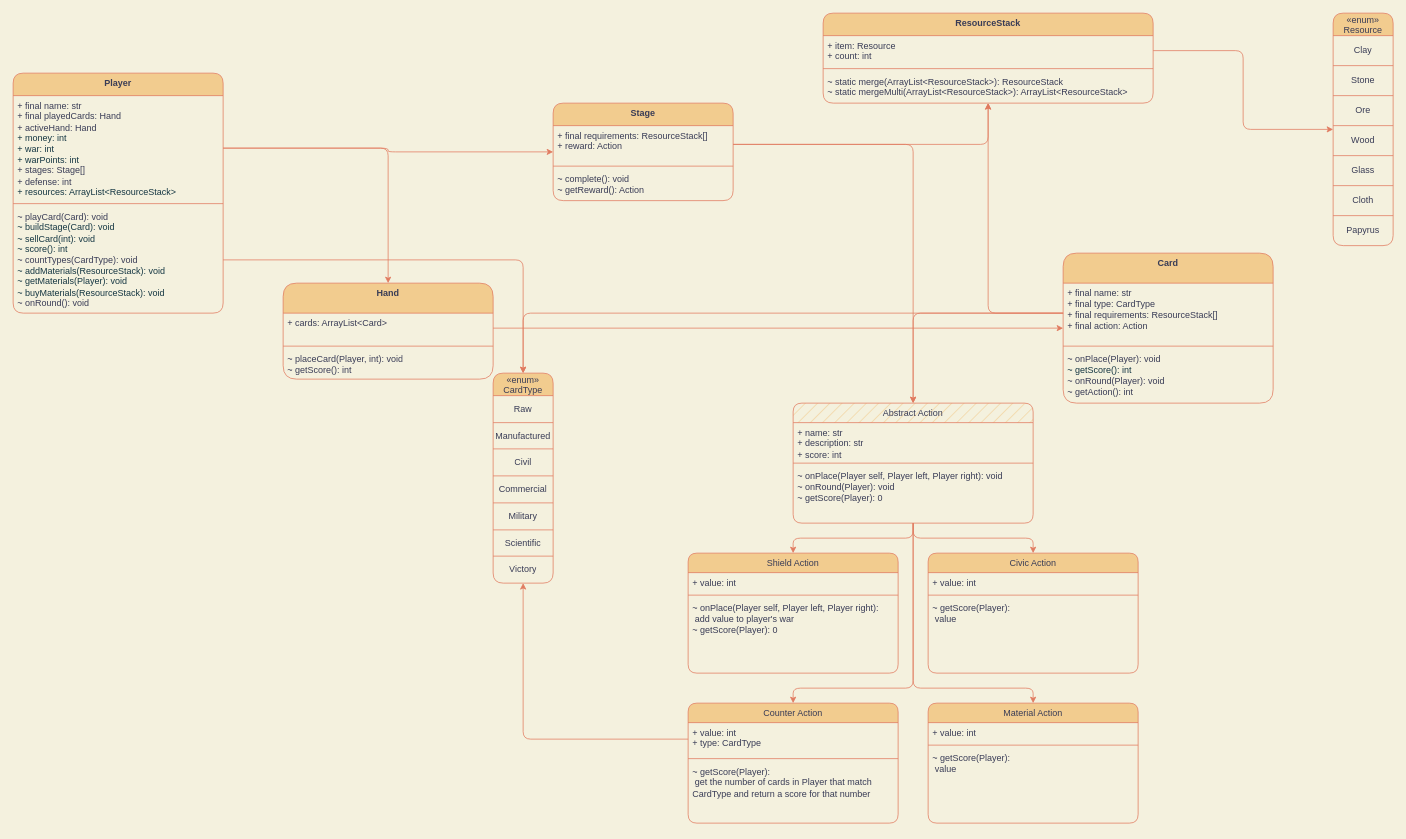
The draw.io diagram Untitled Diagram.drawio in zeptofine/diagrams, before the edit. Source tidied: cells renumbered, new cells numbered last; positions are measured from the earlier drawing's top-left corner, leaving out a move shared by most shapes. Both pictures are drawn from the tidied source at 75%, with x=0, y=0 at pixel (13, 13).
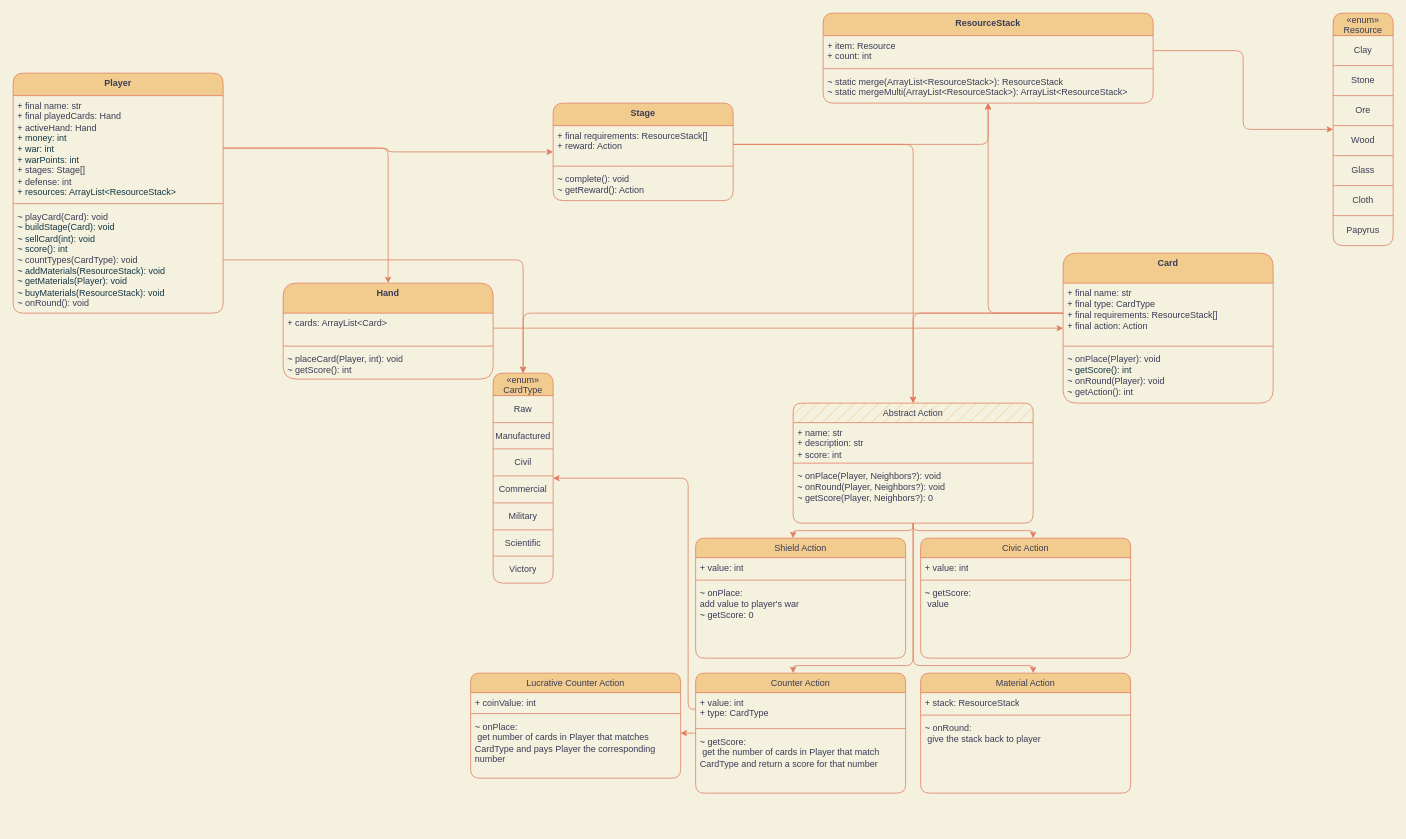
Above is the later version.

Commit message:
Add Lucrative Counter

The change refers to these unchanged cells:
```xml
<mxCell id="22" value="«enum»&#10;CardType" style="shape=table;startSize=30;childLayout=tableLayout;labelBackgroundColor=none;fillColor=#F2CC8F;strokeColor=#E07A5F;fontColor=#393C56;rounded=1;" parent="1" vertex="1">
  <mxGeometry x="640" y="480" width="80" height="280" as="geometry" />
</mxCell>
<mxCell id="58" value="&lt;span style=&quot;font-weight: normal;&quot;&gt;Abstract Action&lt;/span&gt;" style="swimlane;fontStyle=1;align=center;verticalAlign=top;horizontal=1;startSize=26;whiteSpace=wrap;html=1;labelBackgroundColor=none;fillColor=#F2CC8F;strokeColor=#E07A5F;fontColor=#393C56;rounded=1;fillStyle=hatch;" parent="1" vertex="1">
  <mxGeometry x="1040" y="520" width="320" height="160" as="geometry" />
</mxCell>
<mxCell id="79" value="+ value: int&lt;br&gt;+ type: CardType" style="text;strokeColor=none;fillColor=none;align=left;verticalAlign=top;spacingLeft=4;spacingRight=4;overflow=hidden;points=[[0,0.5],[1,0.5]];portConstraint=eastwest;whiteSpace=wrap;html=1;labelBackgroundColor=none;fontColor=#393C56;rounded=1;" parent="78" vertex="1">
  <mxGeometry y="26" width="280" height="44" as="geometry" />
</mxCell>
```

The edit, as a diff of the source:
```diff
@@
     <mxCell id="54" style="edgeStyle=orthogonalEdgeStyle;rounded=1;jettySize=auto;html=1;strokeColor=#E07A5F;fontColor=#393C56;fillColor=#F2CC8F;" parent="1" edge="1" source="58" target="62">
-      <mxGeometry relative="1" as="geometry" />
+      <mxGeometry relative="1" as="geometry">
+        <Array as="points">
+          <mxPoint x="1200" y="690" />
+          <mxPoint x="1040" y="690" />
+        </Array>
+      </mxGeometry>
     </mxCell>
     <mxCell id="55" style="edgeStyle=orthogonalEdgeStyle;rounded=1;jettySize=auto;html=1;strokeColor=#E07A5F;fontColor=#393C56;fillColor=#F2CC8F;" parent="1" edge="1" source="58" target="74">
-      <mxGeometry relative="1" as="geometry" />
+      <mxGeometry relative="1" as="geometry">
+        <Array as="points">
+          <mxPoint x="1200" y="690" />
+          <mxPoint x="1360" y="690" />
+        </Array>
+      </mxGeometry>
     </mxCell>
     <mxCell id="56" style="edgeStyle=orthogonalEdgeStyle;rounded=1;jettySize=auto;html=1;strokeColor=#E07A5F;fontColor=#393C56;fillColor=#F2CC8F;" parent="1" edge="1" source="58" target="78">
       <mxGeometry relative="1" as="geometry">
         <Array as="points">
-          <mxPoint x="1200" y="900" />
+          <mxPoint x="1200" y="870" />
+          <mxPoint x="1040" y="870" />
         </Array>
       </mxGeometry>
     </mxCell>
     <mxCell id="57" style="edgeStyle=orthogonalEdgeStyle;rounded=1;jettySize=auto;html=1;strokeColor=#E07A5F;fontColor=#393C56;fillColor=#F2CC8F;" parent="1" edge="1" source="58" target="83">
       <mxGeometry relative="1" as="geometry">
         <Array as="points">
-          <mxPoint x="1200" y="900" />
-          <mxPoint x="1360" y="900" />
+          <mxPoint x="1200" y="870" />
+          <mxPoint x="1360" y="870" />
         </Array>
       </mxGeometry>
     </mxCell>
@@
-    <mxCell id="61" value="~ onPlace(Player self, Player left, Player right): void&lt;br&gt;~ onRound(Player): void&lt;br&gt;~ getScore(Player): 0" style="text;strokeColor=none;fillColor=none;align=left;verticalAlign=top;spacingLeft=4;spacingRight=4;overflow=hidden;whiteSpace=wrap;html=1;labelBackgroundColor=none;fontColor=#393C56;rounded=1;" parent="58" vertex="1">
+    <mxCell id="61" value="~ onPlace(Player, Neighbors?): void&lt;br&gt;~ onRound(Player, Neighbors?): void&lt;br&gt;~ getScore(Player, Neighbors?): 0" style="text;strokeColor=none;fillColor=none;align=left;verticalAlign=top;spacingLeft=4;spacingRight=4;overflow=hidden;whiteSpace=wrap;html=1;labelBackgroundColor=none;fontColor=#393C56;rounded=1;" parent="58" vertex="1">
       <mxGeometry y="84" width="320" height="76" as="geometry" />
     </mxCell>
     <mxCell id="62" value="&lt;span style=&quot;font-weight: normal;&quot;&gt;Shield Action&lt;/span&gt;" style="swimlane;fontStyle=1;align=center;verticalAlign=top;horizontal=1;startSize=26;whiteSpace=wrap;html=1;labelBackgroundColor=none;fillColor=#F2CC8F;strokeColor=#E07A5F;fontColor=#393C56;rounded=1;fillStyle=auto;" parent="1" vertex="1">
-      <mxGeometry x="900" y="720" width="280" height="160" as="geometry" />
+      <mxGeometry x="910" y="700" width="280" height="160" as="geometry" />
     </mxCell>
@@
-    <mxCell id="65" value="~ onPlace(Player self, Player left, Player right): &lt;br&gt;&lt;span style=&quot;white-space: pre;&quot;&gt; &lt;/span&gt;add value to player's war&lt;br&gt;~ getScore(Player): 0" style="text;strokeColor=none;fillColor=none;align=left;verticalAlign=top;spacingLeft=4;spacingRight=4;overflow=hidden;whiteSpace=wrap;html=1;labelBackgroundColor=none;fontColor=#393C56;rounded=1;" parent="62" vertex="1">
+    <mxCell id="65" value="~ onPlace: &lt;br&gt;&lt;span style=&quot;&quot;&gt; &lt;/span&gt;add value to player's war&lt;br&gt;~ getScore: 0" style="text;strokeColor=none;fillColor=none;align=left;verticalAlign=top;spacingLeft=4;spacingRight=4;overflow=hidden;whiteSpace=wrap;html=1;labelBackgroundColor=none;fontColor=#393C56;rounded=1;" parent="62" vertex="1">
       <mxGeometry y="60" width="280" height="100" as="geometry" />
     </mxCell>
@@
     <mxCell id="74" value="&lt;span style=&quot;font-weight: normal;&quot;&gt;Civic Action&lt;/span&gt;" style="swimlane;fontStyle=1;align=center;verticalAlign=top;horizontal=1;startSize=26;whiteSpace=wrap;html=1;labelBackgroundColor=none;fillColor=#F2CC8F;strokeColor=#E07A5F;fontColor=#393C56;rounded=1;fillStyle=auto;" parent="1" vertex="1">
-      <mxGeometry x="1220" y="720" width="280" height="160" as="geometry" />
+      <mxGeometry x="1210" y="700" width="280" height="160" as="geometry" />
     </mxCell>
@@
-    <mxCell id="77" value="~ getScore(Player): &lt;br&gt;&lt;span style=&quot;white-space: pre;&quot;&gt; &lt;/span&gt;value" style="text;strokeColor=none;fillColor=none;align=left;verticalAlign=top;spacingLeft=4;spacingRight=4;overflow=hidden;whiteSpace=wrap;html=1;labelBackgroundColor=none;fontColor=#393C56;rounded=1;" parent="74" vertex="1">
+    <mxCell id="77" value="~ getScore: &lt;br&gt;&lt;span style=&quot;white-space: pre;&quot;&gt; &lt;/span&gt;value" style="text;strokeColor=none;fillColor=none;align=left;verticalAlign=top;spacingLeft=4;spacingRight=4;overflow=hidden;whiteSpace=wrap;html=1;labelBackgroundColor=none;fontColor=#393C56;rounded=1;" parent="74" vertex="1">
       <mxGeometry y="60" width="280" height="100" as="geometry" />
     </mxCell>
+    <mxCell id="87" style="edgeStyle=orthogonalEdgeStyle;rounded=1;jettySize=auto;html=1;strokeColor=#E07A5F;fontColor=#393C56;fillColor=#F2CC8F;" parent="1" edge="1" source="78" target="88">
+      <mxGeometry relative="1" as="geometry">
+        <Array as="points">
+          <mxPoint x="820" y="960" />
+          <mxPoint x="820" y="960" />
+        </Array>
+      </mxGeometry>
+    </mxCell>
     <mxCell id="78" value="&lt;span style=&quot;font-weight: normal;&quot;&gt;Counter Action&lt;/span&gt;" style="swimlane;fontStyle=1;align=center;verticalAlign=top;horizontal=1;startSize=26;whiteSpace=wrap;html=1;labelBackgroundColor=none;fillColor=#F2CC8F;strokeColor=#E07A5F;fontColor=#393C56;rounded=1;fillStyle=auto;" parent="1" vertex="1">
-      <mxGeometry x="900" y="920" width="280" height="160" as="geometry" />
+      <mxGeometry x="910" y="880" width="280" height="160" as="geometry" />
     </mxCell>
@@
-    <mxCell id="81" value="~ getScore(Player):&lt;br&gt;&lt;span style=&quot;white-space: pre;&quot;&gt; &lt;/span&gt;get the number of cards in Player that match CardType and return a score for that number" style="text;strokeColor=none;fillColor=none;align=left;verticalAlign=top;spacingLeft=4;spacingRight=4;overflow=hidden;whiteSpace=wrap;html=1;labelBackgroundColor=none;fontColor=#393C56;rounded=1;" parent="78" vertex="1">
+    <mxCell id="81" value="~ getScore:&lt;br&gt;&lt;span style=&quot;white-space: pre;&quot;&gt; &lt;/span&gt;get the number of cards in Player that match CardType and return a score for that number" style="text;strokeColor=none;fillColor=none;align=left;verticalAlign=top;spacingLeft=4;spacingRight=4;overflow=hidden;whiteSpace=wrap;html=1;labelBackgroundColor=none;fontColor=#393C56;rounded=1;" parent="78" vertex="1">
       <mxGeometry y="78" width="280" height="82" as="geometry" />
     </mxCell>
     <mxCell id="82" style="edgeStyle=orthogonalEdgeStyle;rounded=1;jettySize=auto;html=1;strokeColor=#E07A5F;fontColor=#393C56;fillColor=#F2CC8F;" parent="1" edge="1" source="79" target="22">
-      <mxGeometry relative="1" as="geometry" />
+      <mxGeometry relative="1" as="geometry">
+        <Array as="points">
+          <mxPoint x="900" y="928" />
+          <mxPoint x="900" y="620" />
+        </Array>
+      </mxGeometry>
     </mxCell>
     <mxCell id="83" value="&lt;span style=&quot;font-weight: normal;&quot;&gt;Material Action&lt;/span&gt;" style="swimlane;fontStyle=1;align=center;verticalAlign=top;horizontal=1;startSize=26;whiteSpace=wrap;html=1;labelBackgroundColor=none;fillColor=#F2CC8F;strokeColor=#E07A5F;fontColor=#393C56;rounded=1;fillStyle=auto;" parent="1" vertex="1">
-      <mxGeometry x="1220" y="920" width="280" height="160" as="geometry" />
+      <mxGeometry x="1210" y="880" width="280" height="160" as="geometry" />
     </mxCell>
-    <mxCell id="84" value="+ value: int" style="text;strokeColor=none;fillColor=none;align=left;verticalAlign=top;spacingLeft=4;spacingRight=4;overflow=hidden;whiteSpace=wrap;html=1;labelBackgroundColor=none;fontColor=#393C56;rounded=1;" parent="83" vertex="1">
+    <mxCell id="84" value="+ stack: ResourceStack" style="text;strokeColor=none;fillColor=none;align=left;verticalAlign=top;spacingLeft=4;spacingRight=4;overflow=hidden;whiteSpace=wrap;html=1;labelBackgroundColor=none;fontColor=#393C56;rounded=1;" parent="83" vertex="1">
       <mxGeometry y="26" width="280" height="26" as="geometry" />
     </mxCell>
@@
-    <mxCell id="86" value="~ getScore(Player): &lt;br&gt;&lt;span style=&quot;white-space: pre;&quot;&gt; &lt;/span&gt;value" style="text;strokeColor=none;fillColor=none;align=left;verticalAlign=top;spacingLeft=4;spacingRight=4;overflow=hidden;whiteSpace=wrap;html=1;labelBackgroundColor=none;fontColor=#393C56;rounded=1;" parent="83" vertex="1">
+    <mxCell id="86" value="~ onRound:&lt;br&gt;&lt;span style=&quot;white-space: pre;&quot;&gt; &lt;/span&gt;give the stack back to player" style="text;strokeColor=none;fillColor=none;align=left;verticalAlign=top;spacingLeft=4;spacingRight=4;overflow=hidden;whiteSpace=wrap;html=1;labelBackgroundColor=none;fontColor=#393C56;rounded=1;" parent="83" vertex="1">
       <mxGeometry y="60" width="280" height="100" as="geometry" />
     </mxCell>
+    <mxCell id="88" value="&lt;span style=&quot;font-weight: normal;&quot;&gt;Lucrative Counter Action&lt;/span&gt;" style="swimlane;fontStyle=1;align=center;verticalAlign=top;horizontal=1;startSize=26;whiteSpace=wrap;html=1;labelBackgroundColor=none;fillColor=#F2CC8F;strokeColor=#E07A5F;fontColor=#393C56;rounded=1;fillStyle=auto;" parent="1" vertex="1">
+      <mxGeometry x="610" y="880" width="280" height="140" as="geometry" />
+    </mxCell>
+    <mxCell id="89" value="+ coinValue: int&amp;nbsp;" style="text;strokeColor=none;fillColor=none;align=left;verticalAlign=top;spacingLeft=4;spacingRight=4;overflow=hidden;whiteSpace=wrap;html=1;labelBackgroundColor=none;fontColor=#393C56;rounded=1;" parent="88" vertex="1">
+      <mxGeometry y="26" width="280" height="24" as="geometry" />
+    </mxCell>
+    <mxCell id="90" style="line;strokeWidth=1;fillColor=none;align=left;verticalAlign=middle;spacingTop=-1;spacingLeft=3;spacingRight=3;labelPosition=right;labelBackgroundColor=none;strokeColor=#E07A5F;fontColor=#393C56;rounded=1;" parent="88" vertex="1">
+      <mxGeometry y="50" width="280" height="8" as="geometry" />
+    </mxCell>
+    <mxCell id="91" value="~ onPlace:&lt;br&gt;&lt;span style=&quot;white-space: pre;&quot;&gt; &lt;/span&gt;get number of cards in Player that matches CardType and pays Player the corresponding number" style="text;strokeColor=none;fillColor=none;align=left;verticalAlign=top;spacingLeft=4;spacingRight=4;overflow=hidden;whiteSpace=wrap;html=1;labelBackgroundColor=none;fontColor=#393C56;rounded=1;" parent="88" vertex="1">
+      <mxGeometry y="58" width="280" height="82" as="geometry" />
+    </mxCell>
```
